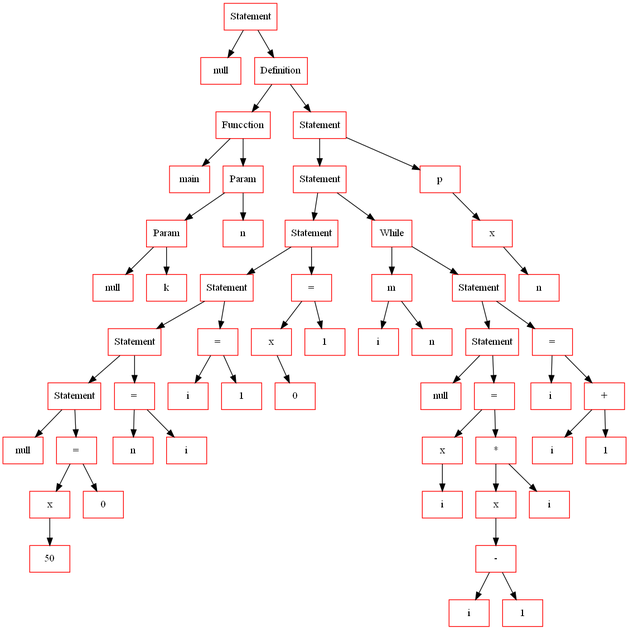
Above: lang_tree.png in vian96/uzh_lang (Graphviz), before the change. Its source is kept beside it as lang_tree.gv.
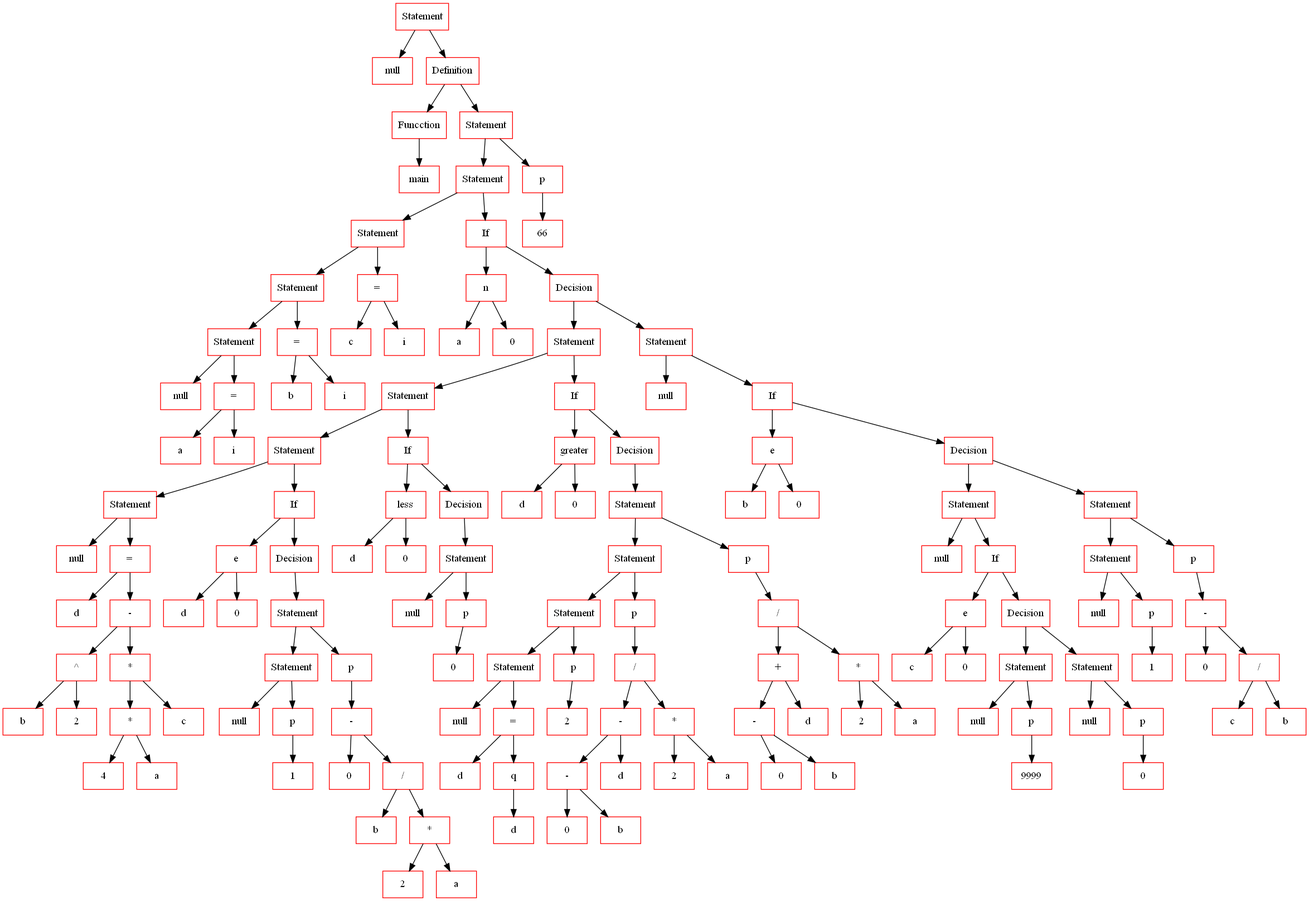
The same file after the commit.

The edit, as a diff of the source:
```diff
@@ -4,115 +4,283 @@
 
 	node[color="red",fontsize=14];
 
-	880809072[shape=record, label="Statement"];
-	880809008[shape=record, label="null"];
-	880811248[shape=record, label="Definition"];
-	880811312[shape=record, label="Funcction"];
-	880811376[shape=record, label="main"];
-	880811632[shape=record, label="Param"];
-	880811504[shape=record, label="Param"];
-	880811440[shape=record, label="null"];
-	880811568[shape=record, label="k"];
-	880811696[shape=record, label="n"];
-	880860224[shape=record, label="Statement"];
-	880833088[shape=record, label="Statement"];
-	880831616[shape=record, label="Statement"];
-	880832704[shape=record, label="Statement"];
-	880832256[shape=record, label="Statement"];
-	880811824[shape=record, label="Statement"];
-	880811760[shape=record, label="null"];
-	880811888[shape=record, label="="];
-	880811952[shape=record, label="x"];
-	880830960[shape=record, label="50"];
-	880831024[shape=record, label="0"];
-	880832512[shape=record, label="="];
-	880831232[shape=record, label="n"];
-	880831936[shape=record, label="i"];
-	880831744[shape=record, label="="];
-	880831872[shape=record, label="i"];
-	880832064[shape=record, label="1"];
-	880831488[shape=record, label="="];
-	880832000[shape=record, label="x"];
-	880833024[shape=record, label="0"];
-	880832768[shape=record, label="1"];
-	880832896[shape=record, label="While"];
-	880831424[shape=record, label="m"];
-	880832832[shape=record, label="i"];
-	880831552[shape=record, label="n"];
-	880832320[shape=record, label="Statement"];
-	880832576[shape=record, label="Statement"];
-	880832448[shape=record, label="null"];
-	880831360[shape=record, label="="];
-	880832128[shape=record, label="x"];
-	880832960[shape=record, label="i"];
-	880832384[shape=record, label="*"];
-	880831296[shape=record, label="x"];
-	880832192[shape=record, label="-"];
-	880831680[shape=record, label="i"];
-	880832640[shape=record, label="1"];
-	880831808[shape=record, label="i"];
-	880861760[shape=record, label="="];
-	880861824[shape=record, label="i"];
-	880859840[shape=record, label="+"];
-	880859776[shape=record, label="i"];
-	880860544[shape=record, label="1"];
-	880860928[shape=record, label="p"];
-	880861504[shape=record, label="x"];
-	880858688[shape=record, label="n"];
+	1590172816[shape=record, label="Statement"];
+	1590172752[shape=record, label="null"];
+	1590172880[shape=record, label="Definition"];
+	1590172944[shape=record, label="Funcction"];
+	1590173008[shape=record, label="main"];
+	1590196288[shape=record, label="Statement"];
+	1592203584[shape=record, label="Statement"];
+	1590170672[shape=record, label="Statement"];
+	1590173392[shape=record, label="Statement"];
+	1590173136[shape=record, label="Statement"];
+	1590173072[shape=record, label="null"];
+	1590173200[shape=record, label="="];
+	1590173264[shape=record, label="a"];
+	1590173328[shape=record, label="i"];
+	1590173456[shape=record, label="="];
+	1590173520[shape=record, label="b"];
+	1590173584[shape=record, label="i"];
+	1590170736[shape=record, label="="];
+	1590170800[shape=record, label="c"];
+	1592203456[shape=record, label="i"];
+	1592202560[shape=record, label="If"];
+	1592202688[shape=record, label="n"];
+	1592203072[shape=record, label="a"];
+	1592203904[shape=record, label="0"];
+	1592202624[shape=record, label="Decision"];
+	1590194096[shape=record, label="Statement"];
+	1590192432[shape=record, label="Statement"];
+	1592203840[shape=record, label="Statement"];
+	1592203776[shape=record, label="Statement"];
+	1592203968[shape=record, label="null"];
+	1592203648[shape=record, label="="];
+	1592203200[shape=record, label="d"];
+	1592202816[shape=record, label="-"];
+	1592203264[shape=record, label="^"];
+	1592202240[shape=record, label="b"];
+	1592202752[shape=record, label="2"];
+	1592203712[shape=record, label="*"];
+	1592203328[shape=record, label="*"];
+	1592203520[shape=record, label="4"];
+	1592203392[shape=record, label="a"];
+	1592202112[shape=record, label="c"];
+	1592202880[shape=record, label="If"];
+	1592202304[shape=record, label="e"];
+	1592203008[shape=record, label="d"];
+	1592202176[shape=record, label="0"];
+	1592203136[shape=record, label="Decision"];
+	1590195440[shape=record, label="Statement"];
+	1592202432[shape=record, label="Statement"];
+	1592202368[shape=record, label="null"];
+	1592202496[shape=record, label="p"];
+	1592202944[shape=record, label="1"];
+	1590193648[shape=record, label="p"];
+	1590192944[shape=record, label="-"];
+	1590194288[shape=record, label="0"];
+	1590192176[shape=record, label="/"];
+	1590192048[shape=record, label="b"];
+	1590194864[shape=record, label="*"];
+	1590194352[shape=record, label="2"];
+	1590191984[shape=record, label="a"];
+	1590192496[shape=record, label="If"];
+	1590194480[shape=record, label="less"];
+	1590193392[shape=record, label="d"];
+	1590192240[shape=record, label="0"];
+	1590193584[shape=record, label="Decision"];
+	1590192560[shape=record, label="Statement"];
+	1590194032[shape=record, label="null"];
+	1590194544[shape=record, label="p"];
+	1590194608[shape=record, label="0"];
+	1590191664[shape=record, label="If"];
+	1590193456[shape=record, label="greater"];
+	1590193328[shape=record, label="d"];
+	1590194160[shape=record, label="0"];
+	1590191792[shape=record, label="Decision"];
+	1590192816[shape=record, label="Statement"];
+	1590193712[shape=record, label="Statement"];
+	1590194736[shape=record, label="Statement"];
+	1590192624[shape=record, label="Statement"];
+	1590192688[shape=record, label="null"];
+	1590194992[shape=record, label="="];
+	1590194672[shape=record, label="d"];
+	1590195568[shape=record, label="q"];
+	1590193904[shape=record, label="d"];
+	1590192752[shape=record, label="p"];
+	1590195312[shape=record, label="2"];
+	1590193136[shape=record, label="p"];
+	1590195248[shape=record, label="/"];
+	1590192304[shape=record, label="-"];
+	1590191856[shape=record, label="-"];
+	1590195120[shape=record, label="0"];
+	1590193776[shape=record, label="b"];
+	1590192368[shape=record, label="d"];
+	1590193840[shape=record, label="*"];
+	1590194224[shape=record, label="2"];
+	1590193200[shape=record, label="a"];
+	1590192880[shape=record, label="p"];
+	1590194800[shape=record, label="/"];
+	1590193264[shape=record, label="+"];
+	1590193968[shape=record, label="-"];
+	1590193008[shape=record, label="0"];
+	1590193520[shape=record, label="b"];
+	1590194416[shape=record, label="d"];
+	1590193072[shape=record, label="*"];
+	1590194928[shape=record, label="2"];
+	1590195504[shape=record, label="a"];
+	1590191728[shape=record, label="Statement"];
+	1590195056[shape=record, label="null"];
+	1590195184[shape=record, label="If"];
+	1590191920[shape=record, label="e"];
+	1590195376[shape=record, label="b"];
+	1590192112[shape=record, label="0"];
+	1590199680[shape=record, label="Decision"];
+	1590199040[shape=record, label="Statement"];
+	1590199616[shape=record, label="null"];
+	1590197248[shape=record, label="If"];
+	1590197184[shape=record, label="e"];
+	1590198528[shape=record, label="c"];
+	1590197312[shape=record, label="0"];
+	1590198272[shape=record, label="Decision"];
+	1590198656[shape=record, label="Statement"];
+	1590198592[shape=record, label="null"];
+	1590196992[shape=record, label="p"];
+	1590199552[shape=record, label="9999"];
+	1590195968[shape=record, label="Statement"];
+	1590196800[shape=record, label="null"];
+	1590198080[shape=record, label="p"];
+	1590198336[shape=record, label="0"];
+	1590195840[shape=record, label="Statement"];
+	1590198144[shape=record, label="Statement"];
+	1590196096[shape=record, label="null"];
+	1590195776[shape=record, label="p"];
+	1590198400[shape=record, label="1"];
+	1590196160[shape=record, label="p"];
+	1590197120[shape=record, label="-"];
+	1590196224[shape=record, label="0"];
+	1590198464[shape=record, label="/"];
+	1590199488[shape=record, label="c"];
+	1590196864[shape=record, label="b"];
+	1590196352[shape=record, label="p"];
+	1590197376[shape=record, label="66"];
 
-	880809072 -> 880809008[fontsize=12]
-	880809072 -> 880811248[fontsize=12]
-	880811248 -> 880811312[fontsize=12]
-	880811248 -> 880860224[fontsize=12]
-	880811312 -> 880811376[fontsize=12]
-	880811312 -> 880811632[fontsize=12]
-	880811632 -> 880811504[fontsize=12]
-	880811632 -> 880811696[fontsize=12]
-	880811504 -> 880811440[fontsize=12]
-	880811504 -> 880811568[fontsize=12]
-	880860224 -> 880833088[fontsize=12]
-	880860224 -> 880860928[fontsize=12]
-	880833088 -> 880831616[fontsize=12]
-	880833088 -> 880832896[fontsize=12]
-	880831616 -> 880832704[fontsize=12]
-	880831616 -> 880831488[fontsize=12]
-	880832704 -> 880832256[fontsize=12]
-	880832704 -> 880831744[fontsize=12]
-	880832256 -> 880811824[fontsize=12]
-	880832256 -> 880832512[fontsize=12]
-	880811824 -> 880811760[fontsize=12]
-	880811824 -> 880811888[fontsize=12]
-	880811888 -> 880811952[fontsize=12]
-	880811888 -> 880831024[fontsize=12]
-	880811952 -> 880830960[fontsize=12]
-	880832512 -> 880831232[fontsize=12]
-	880832512 -> 880831936[fontsize=12]
-	880831744 -> 880831872[fontsize=12]
-	880831744 -> 880832064[fontsize=12]
-	880831488 -> 880832000[fontsize=12]
-	880831488 -> 880832768[fontsize=12]
-	880832000 -> 880833024[fontsize=12]
-	880832896 -> 880831424[fontsize=12]
-	880832896 -> 880832320[fontsize=12]
-	880831424 -> 880832832[fontsize=12]
-	880831424 -> 880831552[fontsize=12]
-	880832320 -> 880832576[fontsize=12]
-	880832320 -> 880861760[fontsize=12]
-	880832576 -> 880832448[fontsize=12]
-	880832576 -> 880831360[fontsize=12]
-	880831360 -> 880832128[fontsize=12]
-	880831360 -> 880832384[fontsize=12]
-	880832128 -> 880832960[fontsize=12]
-	880832384 -> 880831296[fontsize=12]
-	880832384 -> 880831808[fontsize=12]
-	880831296 -> 880832192[fontsize=12]
-	880832192 -> 880831680[fontsize=12]
-	880832192 -> 880832640[fontsize=12]
-	880861760 -> 880861824[fontsize=12]
-	880861760 -> 880859840[fontsize=12]
-	880859840 -> 880859776[fontsize=12]
-	880859840 -> 880860544[fontsize=12]
-	880860928 -> 880861504[fontsize=12]
-	880861504 -> 880858688[fontsize=12]
+	1590172816 -> 1590172752[fontsize=12]
+	1590172816 -> 1590172880[fontsize=12]
+	1590172880 -> 1590172944[fontsize=12]
+	1590172880 -> 1590196288[fontsize=12]
+	1590172944 -> 1590173008[fontsize=12]
+	1590196288 -> 1592203584[fontsize=12]
+	1590196288 -> 1590196352[fontsize=12]
+	1592203584 -> 1590170672[fontsize=12]
+	1592203584 -> 1592202560[fontsize=12]
+	1590170672 -> 1590173392[fontsize=12]
+	1590170672 -> 1590170736[fontsize=12]
+	1590173392 -> 1590173136[fontsize=12]
+	1590173392 -> 1590173456[fontsize=12]
+	1590173136 -> 1590173072[fontsize=12]
+	1590173136 -> 1590173200[fontsize=12]
+	1590173200 -> 1590173264[fontsize=12]
+	1590173200 -> 1590173328[fontsize=12]
+	1590173456 -> 1590173520[fontsize=12]
+	1590173456 -> 1590173584[fontsize=12]
+	1590170736 -> 1590170800[fontsize=12]
+	1590170736 -> 1592203456[fontsize=12]
+	1592202560 -> 1592202688[fontsize=12]
+	1592202560 -> 1592202624[fontsize=12]
+	1592202688 -> 1592203072[fontsize=12]
+	1592202688 -> 1592203904[fontsize=12]
+	1592202624 -> 1590194096[fontsize=12]
+	1592202624 -> 1590191728[fontsize=12]
+	1590194096 -> 1590192432[fontsize=12]
+	1590194096 -> 1590191664[fontsize=12]
+	1590192432 -> 1592203840[fontsize=12]
+	1590192432 -> 1590192496[fontsize=12]
+	1592203840 -> 1592203776[fontsize=12]
+	1592203840 -> 1592202880[fontsize=12]
+	1592203776 -> 1592203968[fontsize=12]
+	1592203776 -> 1592203648[fontsize=12]
+	1592203648 -> 1592203200[fontsize=12]
+	1592203648 -> 1592202816[fontsize=12]
+	1592202816 -> 1592203264[fontsize=12]
+	1592202816 -> 1592203712[fontsize=12]
+	1592203264 -> 1592202240[fontsize=12]
+	1592203264 -> 1592202752[fontsize=12]
+	1592203712 -> 1592203328[fontsize=12]
+	1592203712 -> 1592202112[fontsize=12]
+	1592203328 -> 1592203520[fontsize=12]
+	1592203328 -> 1592203392[fontsize=12]
+	1592202880 -> 1592202304[fontsize=12]
+	1592202880 -> 1592203136[fontsize=12]
+	1592202304 -> 1592203008[fontsize=12]
+	1592202304 -> 1592202176[fontsize=12]
+	1592203136 -> 1590195440[fontsize=12]
+	1590195440 -> 1592202432[fontsize=12]
+	1590195440 -> 1590193648[fontsize=12]
+	1592202432 -> 1592202368[fontsize=12]
+	1592202432 -> 1592202496[fontsize=12]
+	1592202496 -> 1592202944[fontsize=12]
+	1590193648 -> 1590192944[fontsize=12]
+	1590192944 -> 1590194288[fontsize=12]
+	1590192944 -> 1590192176[fontsize=12]
+	1590192176 -> 1590192048[fontsize=12]
+	1590192176 -> 1590194864[fontsize=12]
+	1590194864 -> 1590194352[fontsize=12]
+	1590194864 -> 1590191984[fontsize=12]
+	1590192496 -> 1590194480[fontsize=12]
+	1590192496 -> 1590193584[fontsize=12]
+	1590194480 -> 1590193392[fontsize=12]
+	1590194480 -> 1590192240[fontsize=12]
+	1590193584 -> 1590192560[fontsize=12]
+	1590192560 -> 1590194032[fontsize=12]
+	1590192560 -> 1590194544[fontsize=12]
+	1590194544 -> 1590194608[fontsize=12]
+	1590191664 -> 1590193456[fontsize=12]
+	1590191664 -> 1590191792[fontsize=12]
+	1590193456 -> 1590193328[fontsize=12]
+	1590193456 -> 1590194160[fontsize=12]
+	1590191792 -> 1590192816[fontsize=12]
+	1590192816 -> 1590193712[fontsize=12]
+	1590192816 -> 1590192880[fontsize=12]
+	1590193712 -> 1590194736[fontsize=12]
+	1590193712 -> 1590193136[fontsize=12]
+	1590194736 -> 1590192624[fontsize=12]
+	1590194736 -> 1590192752[fontsize=12]
+	1590192624 -> 1590192688[fontsize=12]
+	1590192624 -> 1590194992[fontsize=12]
+	1590194992 -> 1590194672[fontsize=12]
+	1590194992 -> 1590195568[fontsize=12]
+	1590195568 -> 1590193904[fontsize=12]
+	1590192752 -> 1590195312[fontsize=12]
+	1590193136 -> 1590195248[fontsize=12]
+	1590195248 -> 1590192304[fontsize=12]
+	1590195248 -> 1590193840[fontsize=12]
+	1590192304 -> 1590191856[fontsize=12]
+	1590192304 -> 1590192368[fontsize=12]
+	1590191856 -> 1590195120[fontsize=12]
+	1590191856 -> 1590193776[fontsize=12]
+	1590193840 -> 1590194224[fontsize=12]
+	1590193840 -> 1590193200[fontsize=12]
+	1590192880 -> 1590194800[fontsize=12]
+	1590194800 -> 1590193264[fontsize=12]
+	1590194800 -> 1590193072[fontsize=12]
+	1590193264 -> 1590193968[fontsize=12]
+	1590193264 -> 1590194416[fontsize=12]
+	1590193968 -> 1590193008[fontsize=12]
+	1590193968 -> 1590193520[fontsize=12]
+	1590193072 -> 1590194928[fontsize=12]
+	1590193072 -> 1590195504[fontsize=12]
+	1590191728 -> 1590195056[fontsize=12]
+	1590191728 -> 1590195184[fontsize=12]
+	1590195184 -> 1590191920[fontsize=12]
+	1590195184 -> 1590199680[fontsize=12]
+	1590191920 -> 1590195376[fontsize=12]
+	1590191920 -> 1590192112[fontsize=12]
+	1590199680 -> 1590199040[fontsize=12]
+	1590199680 -> 1590195840[fontsize=12]
+	1590199040 -> 1590199616[fontsize=12]
+	1590199040 -> 1590197248[fontsize=12]
+	1590197248 -> 1590197184[fontsize=12]
+	1590197248 -> 1590198272[fontsize=12]
+	1590197184 -> 1590198528[fontsize=12]
+	1590197184 -> 1590197312[fontsize=12]
+	1590198272 -> 1590198656[fontsize=12]
+	1590198272 -> 1590195968[fontsize=12]
+	1590198656 -> 1590198592[fontsize=12]
+	1590198656 -> 1590196992[fontsize=12]
+	1590196992 -> 1590199552[fontsize=12]
+	1590195968 -> 1590196800[fontsize=12]
+	1590195968 -> 1590198080[fontsize=12]
+	1590198080 -> 1590198336[fontsize=12]
+	1590195840 -> 1590198144[fontsize=12]
+	1590195840 -> 1590196160[fontsize=12]
+	1590198144 -> 1590196096[fontsize=12]
+	1590198144 -> 1590195776[fontsize=12]
+	1590195776 -> 1590198400[fontsize=12]
+	1590196160 -> 1590197120[fontsize=12]
+	1590197120 -> 1590196224[fontsize=12]
+	1590197120 -> 1590198464[fontsize=12]
+	1590198464 -> 1590199488[fontsize=12]
+	1590198464 -> 1590196864[fontsize=12]
+	1590196352 -> 1590197376[fontsize=12]
 
 }
```
